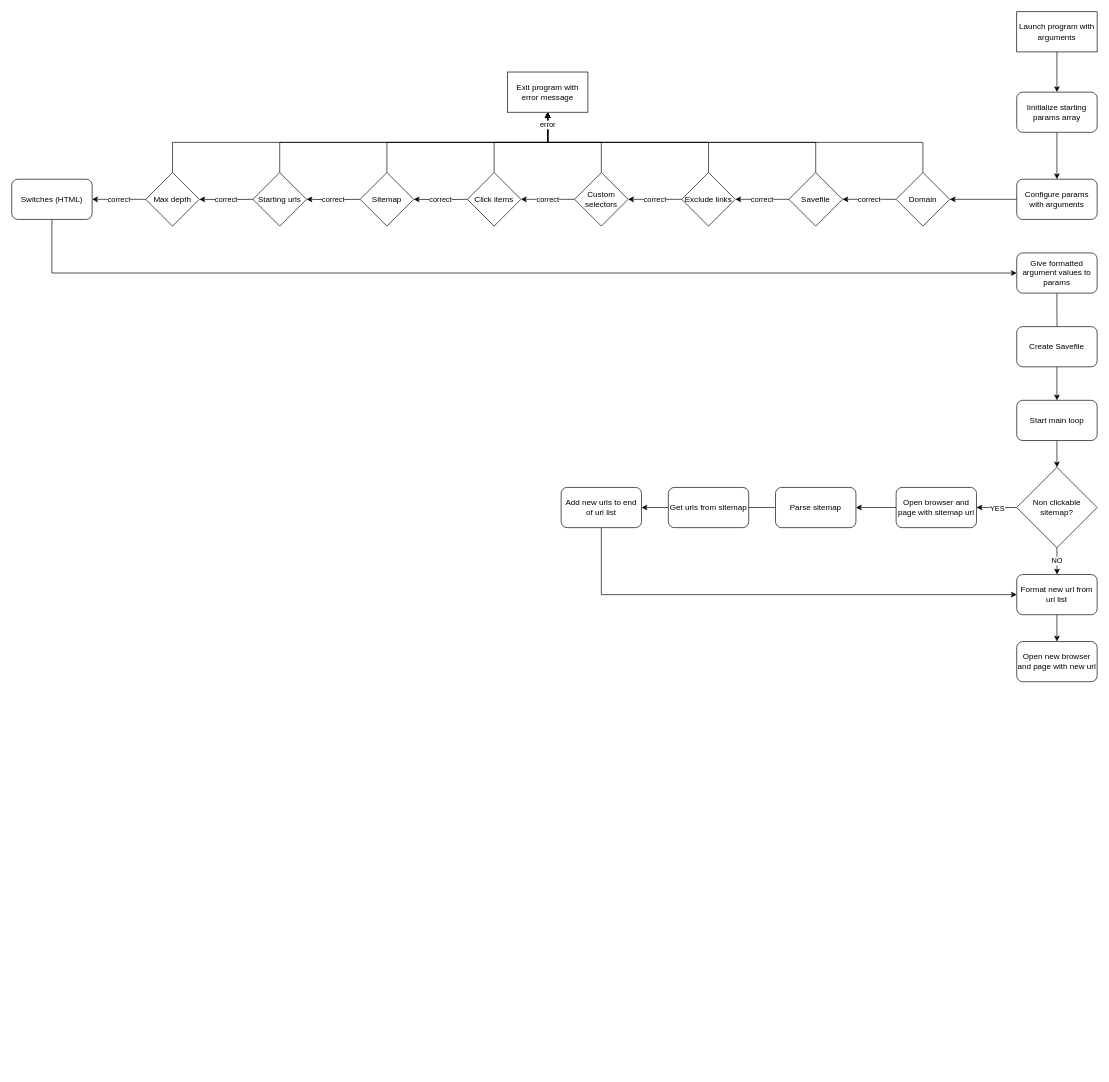
The draw.io diagram page "Detailed technical" (2 of 2) of scrapingRobot/robopol.drawio in CarrotCake002/dataCollector, before the edit. Source tidied: cells renumbered, new cells numbered last; positions are measured from the earlier drawing's top-left corner, leaving out a move shared by most shapes. Both pictures are drawn from the tidied source at 67%, with x=0, y=0 at pixel (11, 11).
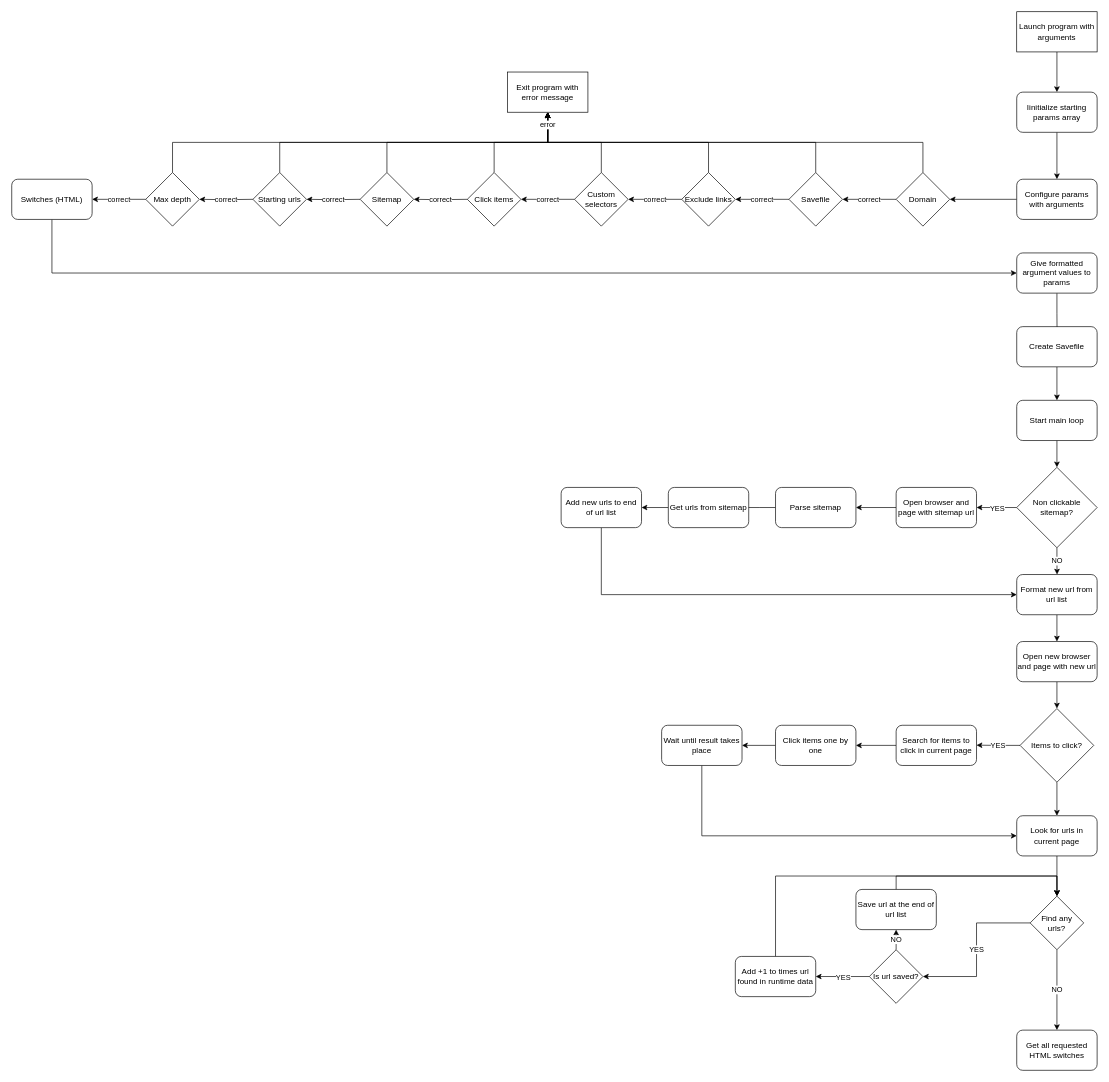
After the change.

Commit message:
entered the main loop and developped a little more in it

Unchanged cells that the change refers to:
```xml
<mxCell id="54" value="Open new browser and page with new url" style="rounded=1;whiteSpace=wrap;html=1;verticalAlign=middle;" parent="1" vertex="1">
  <mxGeometry x="1500" y="940" width="120" height="60" as="geometry" />
</mxCell>
```

Diff of the diagram source:
```diff
@@
+    <mxCell id="55" style="edgeStyle=orthogonalEdgeStyle;rounded=0;jettySize=auto;html=1;exitX=0.5;exitY=1;exitDx=0;exitDy=0;verticalAlign=middle;entryX=0.5;entryY=0;entryDx=0;entryDy=0;" parent="1" edge="1" source="54" target="58">
+      <mxGeometry relative="1" as="geometry" />
+    </mxCell>
@@
+    <mxCell id="56" value="YES" style="edgeStyle=orthogonalEdgeStyle;rounded=0;jettySize=auto;html=1;exitX=0;exitY=0.5;exitDx=0;exitDy=0;verticalAlign=middle;" parent="1" edge="1" source="58">
+      <mxGeometry relative="1" as="geometry">
+        <mxPoint x="1440" y="1094.7" as="targetPoint" />
+      </mxGeometry>
+    </mxCell>
+    <mxCell id="57" style="edgeStyle=orthogonalEdgeStyle;rounded=0;jettySize=auto;html=1;exitX=0.5;exitY=1;exitDx=0;exitDy=0;entryX=0.5;entryY=0;entryDx=0;entryDy=0;verticalAlign=middle;" parent="1" edge="1" source="58" target="66">
+      <mxGeometry relative="1" as="geometry" />
+    </mxCell>
+    <mxCell id="58" value="Items to click?" style="rhombus;whiteSpace=wrap;html=1;verticalAlign=middle;" parent="1" vertex="1">
+      <mxGeometry x="1505" y="1040" width="110" height="110" as="geometry" />
+    </mxCell>
+    <mxCell id="59" style="edgeStyle=orthogonalEdgeStyle;rounded=0;jettySize=auto;html=1;exitX=0;exitY=0.5;exitDx=0;exitDy=0;entryX=1;entryY=0.5;entryDx=0;entryDy=0;verticalAlign=middle;" parent="1" edge="1" source="60" target="62">
+      <mxGeometry relative="1" as="geometry" />
+    </mxCell>
+    <mxCell id="60" value="Search for items to click in current page" style="rounded=1;whiteSpace=wrap;html=1;" parent="1" vertex="1">
+      <mxGeometry x="1320" y="1065" width="120" height="60" as="geometry" />
+    </mxCell>
+    <mxCell id="61" style="edgeStyle=orthogonalEdgeStyle;rounded=0;jettySize=auto;html=1;exitX=0;exitY=0.5;exitDx=0;exitDy=0;entryX=1;entryY=0.5;entryDx=0;entryDy=0;verticalAlign=middle;" parent="1" edge="1" source="62" target="64">
+      <mxGeometry relative="1" as="geometry" />
+    </mxCell>
+    <mxCell id="62" value="Click items one by one" style="rounded=1;whiteSpace=wrap;html=1;" parent="1" vertex="1">
+      <mxGeometry x="1140" y="1065" width="120" height="60" as="geometry" />
+    </mxCell>
+    <mxCell id="63" style="edgeStyle=orthogonalEdgeStyle;rounded=0;jettySize=auto;html=1;exitX=0.5;exitY=1;exitDx=0;exitDy=0;entryX=0;entryY=0.5;entryDx=0;entryDy=0;verticalAlign=middle;" parent="1" edge="1" source="64" target="66">
+      <mxGeometry relative="1" as="geometry" />
+    </mxCell>
+    <mxCell id="64" value="Wait until result takes place" style="rounded=1;whiteSpace=wrap;html=1;" parent="1" vertex="1">
+      <mxGeometry x="970" y="1065" width="120" height="60" as="geometry" />
+    </mxCell>
+    <mxCell id="65" style="edgeStyle=orthogonalEdgeStyle;rounded=0;jettySize=auto;html=1;exitX=0.5;exitY=1;exitDx=0;exitDy=0;verticalAlign=middle;" parent="1" edge="1" source="66">
+      <mxGeometry relative="1" as="geometry">
+        <mxPoint x="1560.2" y="1320" as="targetPoint" />
+      </mxGeometry>
+    </mxCell>
+    <mxCell id="66" value="Look for urls in current page" style="rounded=1;whiteSpace=wrap;html=1;" parent="1" vertex="1">
+      <mxGeometry x="1500" y="1200" width="120" height="60" as="geometry" />
+    </mxCell>
+    <mxCell id="67" value="YES" style="edgeStyle=orthogonalEdgeStyle;rounded=0;jettySize=auto;html=1;exitX=0;exitY=0.5;exitDx=0;exitDy=0;verticalAlign=middle;" parent="1" edge="1" source="69">
+      <mxGeometry relative="1" as="geometry">
+        <mxPoint x="1200" y="1440" as="targetPoint" />
+      </mxGeometry>
+    </mxCell>
+    <mxCell id="68" value="NO" style="edgeStyle=orthogonalEdgeStyle;rounded=0;jettySize=auto;html=1;exitX=0.5;exitY=0;exitDx=0;exitDy=0;verticalAlign=middle;entryX=0.5;entryY=1;entryDx=0;entryDy=0;" parent="1" edge="1" source="69" target="73">
+      <mxGeometry relative="1" as="geometry" />
+    </mxCell>
+    <mxCell id="69" value="Is url saved?" style="rhombus;whiteSpace=wrap;html=1;" parent="1" vertex="1">
+      <mxGeometry x="1280" y="1400" width="80" height="80" as="geometry" />
+    </mxCell>
+    <mxCell id="70" style="edgeStyle=orthogonalEdgeStyle;rounded=0;jettySize=auto;html=1;exitX=0.5;exitY=0;exitDx=0;exitDy=0;entryX=0.5;entryY=0;entryDx=0;entryDy=0;verticalAlign=middle;" parent="1" edge="1" source="71" target="76">
+      <mxGeometry relative="1" as="geometry">
+        <Array as="points">
+          <mxPoint x="1140" y="1290" />
+          <mxPoint x="1560" y="1290" />
+        </Array>
+      </mxGeometry>
+    </mxCell>
+    <mxCell id="71" value="Add +1 to times url found in runtime data" style="rounded=1;whiteSpace=wrap;html=1;" parent="1" vertex="1">
+      <mxGeometry x="1080" y="1410" width="120" height="60" as="geometry" />
+    </mxCell>
+    <mxCell id="72" style="edgeStyle=orthogonalEdgeStyle;rounded=0;jettySize=auto;html=1;exitX=0.5;exitY=0;exitDx=0;exitDy=0;entryX=0.5;entryY=0;entryDx=0;entryDy=0;verticalAlign=middle;" parent="1" edge="1" source="73" target="76">
+      <mxGeometry relative="1" as="geometry" />
+    </mxCell>
+    <mxCell id="73" value="Save url at the end of url list" style="rounded=1;whiteSpace=wrap;html=1;" parent="1" vertex="1">
+      <mxGeometry x="1260" y="1310" width="120" height="60" as="geometry" />
+    </mxCell>
+    <mxCell id="74" value="YES" style="edgeStyle=orthogonalEdgeStyle;rounded=0;jettySize=auto;html=1;exitX=0;exitY=0.5;exitDx=0;exitDy=0;entryX=1;entryY=0.5;entryDx=0;entryDy=0;verticalAlign=middle;" parent="1" edge="1" source="76" target="69">
+      <mxGeometry relative="1" as="geometry" />
+    </mxCell>
+    <mxCell id="75" value="NO" style="edgeStyle=orthogonalEdgeStyle;rounded=0;jettySize=auto;html=1;exitX=0.5;exitY=1;exitDx=0;exitDy=0;verticalAlign=middle;entryX=0.5;entryY=0;entryDx=0;entryDy=0;" parent="1" edge="1" source="76" target="77">
+      <mxGeometry relative="1" as="geometry" />
+    </mxCell>
+    <mxCell id="76" value="Find any&lt;br&gt;urls?" style="rhombus;whiteSpace=wrap;html=1;" parent="1" vertex="1">
+      <mxGeometry x="1520" y="1320" width="80" height="80" as="geometry" />
+    </mxCell>
+    <mxCell id="77" value="Get all requested HTML switches" style="rounded=1;whiteSpace=wrap;html=1;" parent="1" vertex="1">
+      <mxGeometry x="1500" y="1520" width="120" height="60" as="geometry" />
+    </mxCell>
```
